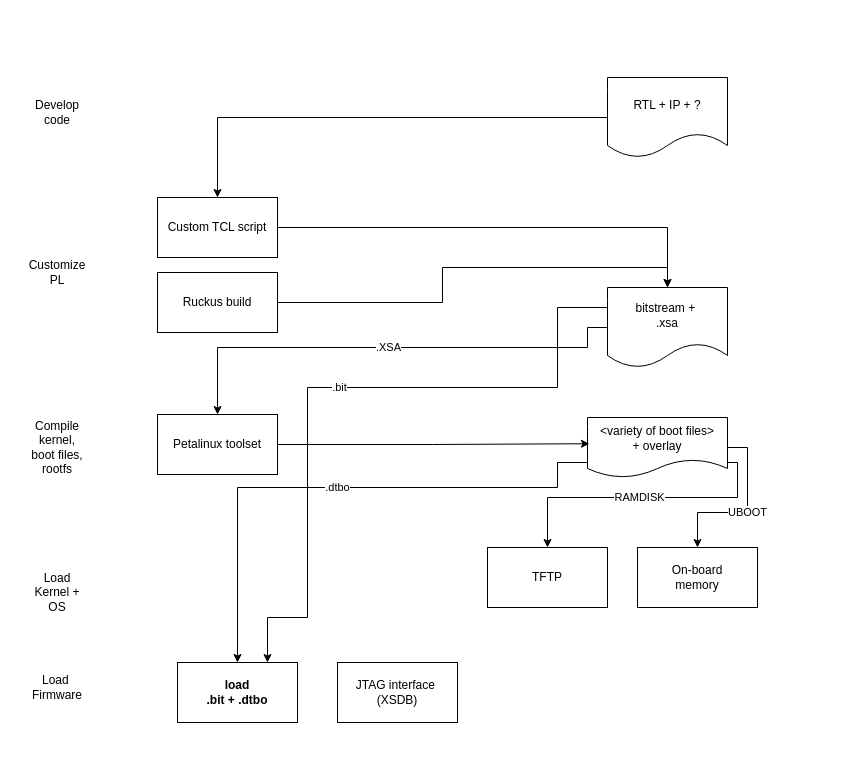
awhitbeck/drawio keeps this draw.io diagram as Kria_build_workflow.drawio. Above is the earlier version. Source tidied: cells renumbered, new cells numbered last; positions are measured from the earlier drawing's top-left corner, leaving out a move shared by most shapes. Both pictures are drawn from the tidied source at 100%, with x=0, y=0 at pixel (27, 77).
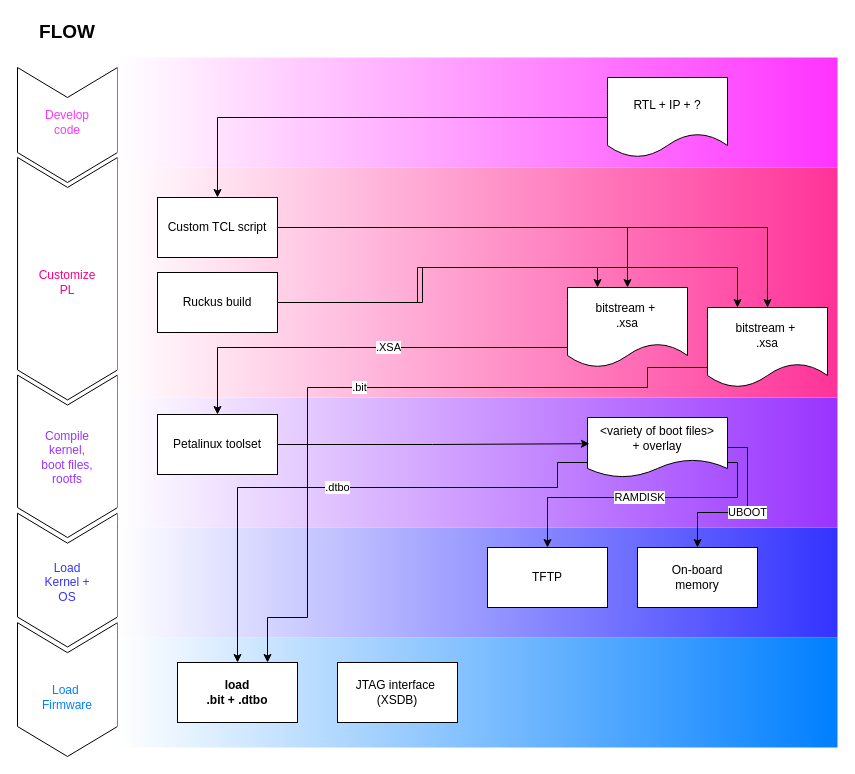
The same page after the edit.

The change refers to these unchanged cells:
```xml
<mxCell id="3" value="Ruckus build" style="rounded=0;whiteSpace=wrap;html=1;" parent="1" vertex="1">
  <mxGeometry x="130" y="195" width="120" height="60" as="geometry" />
</mxCell>
<mxCell id="5" value="Custom TCL script" style="rounded=0;whiteSpace=wrap;html=1;" parent="1" vertex="1">
  <mxGeometry x="130" y="120" width="120" height="60" as="geometry" />
</mxCell>
<mxCell id="9" value="load &lt;br&gt;.bit + .dtbo" style="rounded=0;whiteSpace=wrap;html=1;fontStyle=1;" parent="1" vertex="1">
  <mxGeometry x="150" y="585" width="120" height="60" as="geometry" />
</mxCell>
```

The edit, as a diff of the source:
```diff
@@
+    <mxCell id="26" style="html=1;shadow=0;dashed=0;align=center;verticalAlign=middle;shape=mxgraph.arrows2.arrow;dy=0;dx=30;notch=30;rotation=90;" parent="1" vertex="1">
+      <mxGeometry x="-26.9" y="562.1" width="133.8" height="100" as="geometry" />
+    </mxCell>
+    <mxCell id="27" style="html=1;shadow=0;dashed=0;align=center;verticalAlign=middle;shape=mxgraph.arrows2.arrow;dy=0;dx=30;notch=30;rotation=90;" parent="1" vertex="1">
+      <mxGeometry x="-26.9" y="452.6" width="133.8" height="100" as="geometry" />
+    </mxCell>
+    <mxCell id="28" style="html=1;shadow=0;dashed=0;align=center;verticalAlign=middle;shape=mxgraph.arrows2.arrow;dy=0;dx=30;notch=30;rotation=90;" parent="1" vertex="1">
+      <mxGeometry x="-41.2" y="328.8" width="162.5" height="100" as="geometry" />
+    </mxCell>
+    <mxCell id="29" style="html=1;shadow=0;dashed=0;align=center;verticalAlign=middle;shape=mxgraph.arrows2.arrow;dy=0;dx=30;notch=30;rotation=90;" parent="1" vertex="1">
+      <mxGeometry x="-81.2" y="151.2" width="242.5" height="100" as="geometry" />
+    </mxCell>
+    <mxCell id="30" style="html=1;shadow=0;dashed=0;align=center;verticalAlign=middle;shape=mxgraph.arrows2.arrow;dy=0;dx=30;notch=30;rotation=90;" parent="1" vertex="1">
+      <mxGeometry x="-17.5" y="-2.5" width="115" height="100" as="geometry" />
+    </mxCell>
+    <mxCell id="31" style="rounded=0;whiteSpace=wrap;html=1;gradientColor=#007FFF;gradientDirection=east;fillColor=#FFFFFF;strokeColor=none;" parent="1" vertex="1">
+      <mxGeometry x="90" y="560" width="720" height="110" as="geometry" />
+    </mxCell>
+    <mxCell id="32" style="rounded=0;whiteSpace=wrap;html=1;gradientColor=#3333FF;gradientDirection=east;fillColor=#FFFFFF;strokeColor=none;" parent="1" vertex="1">
+      <mxGeometry x="90" y="450" width="720" height="110" as="geometry" />
+    </mxCell>
+    <mxCell id="33" style="rounded=0;whiteSpace=wrap;html=1;gradientColor=#9933FF;gradientDirection=east;fillColor=#FFFFFF;strokeColor=none;" parent="1" vertex="1">
+      <mxGeometry x="90" y="320" width="720" height="130" as="geometry" />
+    </mxCell>
+    <mxCell id="34" style="rounded=0;whiteSpace=wrap;html=1;gradientColor=#FF3399;gradientDirection=east;fillColor=#FFFFFF;strokeColor=none;" parent="1" vertex="1">
+      <mxGeometry x="90" y="90" width="720" height="230" as="geometry" />
+    </mxCell>
+    <mxCell id="35" style="rounded=0;whiteSpace=wrap;html=1;gradientColor=#FF33FF;gradientDirection=east;fillColor=#FFFFFF;strokeColor=none;" parent="1" vertex="1">
+      <mxGeometry x="90" y="-20" width="720" height="110" as="geometry" />
+    </mxCell>
-    <mxCell id="2" style="edgeStyle=orthogonalEdgeStyle;rounded=0;jettySize=auto;html=1;exitX=1;exitY=0.5;exitDx=0;exitDy=0;entryX=0.5;entryY=0;entryDx=0;entryDy=0;" parent="1" edge="1" source="3" target="8">
+    <mxCell id="2" style="edgeStyle=orthogonalEdgeStyle;rounded=0;jettySize=auto;html=1;exitX=1;exitY=0.5;exitDx=0;exitDy=0;entryX=0.25;entryY=0;entryDx=0;entryDy=0;" parent="1" edge="1" source="3" target="8">
       <mxGeometry relative="1" as="geometry" />
     </mxCell>
@@
-    <mxCell id="7" value=".bit" style="edgeStyle=orthogonalEdgeStyle;rounded=0;jettySize=auto;html=1;exitX=0;exitY=0.25;exitDx=0;exitDy=0;entryX=0.75;entryY=0;entryDx=0;entryDy=0;" parent="1" edge="1" source="8" target="9">
+    <mxCell id="7" value=".bit" style="edgeStyle=orthogonalEdgeStyle;rounded=0;jettySize=auto;html=1;entryX=0.75;entryY=0;entryDx=0;entryDy=0;exitX=0;exitY=0.75;exitDx=0;exitDy=0;" parent="1" edge="1" source="36" target="9">
       <mxGeometry relative="1" as="geometry">
         <Array as="points">
-          <mxPoint x="530" y="230" />
-          <mxPoint x="530" y="310" />
+          <mxPoint x="620" y="290" />
+          <mxPoint x="620" y="310" />
           <mxPoint x="280" y="310" />
           <mxPoint x="280" y="540" />
           <mxPoint x="240" y="540" />
         </Array>
       </mxGeometry>
     </mxCell>
     <mxCell id="8" value="bitstream +&amp;nbsp;&lt;br&gt;.xsa" style="shape=document;whiteSpace=wrap;html=1;boundedLbl=1;" parent="1" vertex="1">
-      <mxGeometry x="580" y="210" width="120" height="80" as="geometry" />
+      <mxGeometry x="540" y="210" width="120" height="80" as="geometry" />
     </mxCell>
@@
-    <mxCell id="12" value="Customize PL" style="text;html=1;align=center;verticalAlign=middle;whiteSpace=wrap;rounded=0;" parent="1" vertex="1">
-      <mxGeometry y="180" width="60" height="30" as="geometry" />
+    <mxCell id="12" value="Customize PL" style="text;html=1;align=center;verticalAlign=middle;whiteSpace=wrap;rounded=0;fontColor=#FF0080;" parent="1" vertex="1">
+      <mxGeometry x="10" y="190" width="60" height="30" as="geometry" />
     </mxCell>
-    <mxCell id="13" value="Load Kernel + OS" style="text;html=1;align=center;verticalAlign=middle;whiteSpace=wrap;rounded=0;" parent="1" vertex="1">
-      <mxGeometry y="490" width="60" height="50" as="geometry" />
+    <mxCell id="13" value="Load Kernel + OS" style="text;html=1;align=center;verticalAlign=middle;whiteSpace=wrap;rounded=0;fontColor=#3333FF;" parent="1" vertex="1">
+      <mxGeometry x="10" y="480" width="60" height="50" as="geometry" />
     </mxCell>
-    <mxCell id="14" value="Compile&lt;br&gt;kernel, boot files, rootfs" style="text;html=1;align=center;verticalAlign=middle;whiteSpace=wrap;rounded=0;" parent="1" vertex="1">
-      <mxGeometry y="340" width="60" height="60" as="geometry" />
+    <mxCell id="14" value="Compile&lt;br&gt;kernel, boot files, rootfs" style="text;html=1;align=center;verticalAlign=middle;whiteSpace=wrap;rounded=0;fontColor=#9933FF;" parent="1" vertex="1">
+      <mxGeometry x="10" y="350" width="60" height="60" as="geometry" />
     </mxCell>
-    <mxCell id="15" value="Load&amp;nbsp;&lt;br&gt;Firmware" style="text;html=1;align=center;verticalAlign=middle;whiteSpace=wrap;rounded=0;" parent="1" vertex="1">
-      <mxGeometry y="585" width="60" height="50" as="geometry" />
+    <mxCell id="15" value="Load&amp;nbsp;&lt;br&gt;Firmware" style="text;html=1;align=center;verticalAlign=middle;whiteSpace=wrap;rounded=0;fontColor=#007FFF;" parent="1" vertex="1">
+      <mxGeometry x="10" y="595" width="60" height="50" as="geometry" />
     </mxCell>
@@
-    <mxCell id="25" value="Develop code" style="text;html=1;align=center;verticalAlign=middle;whiteSpace=wrap;rounded=0;" parent="1" vertex="1">
-      <mxGeometry y="20" width="60" height="30" as="geometry" />
+    <mxCell id="25" value="Develop code" style="text;html=1;align=center;verticalAlign=middle;whiteSpace=wrap;rounded=0;fontColor=#FF33FF;" parent="1" vertex="1">
+      <mxGeometry x="10" y="30" width="60" height="30" as="geometry" />
     </mxCell>
+    <mxCell id="36" value="bitstream +&amp;nbsp;&lt;br&gt;.xsa" style="shape=document;whiteSpace=wrap;html=1;boundedLbl=1;" parent="1" vertex="1">
+      <mxGeometry x="680" y="230" width="120" height="80" as="geometry" />
+    </mxCell>
+    <mxCell id="37" style="edgeStyle=orthogonalEdgeStyle;rounded=0;jettySize=auto;html=1;exitX=1;exitY=0.5;exitDx=0;exitDy=0;" parent="1" edge="1" source="5" target="36">
+      <mxGeometry relative="1" as="geometry" />
+    </mxCell>
+    <mxCell id="38" style="edgeStyle=orthogonalEdgeStyle;rounded=0;jettySize=auto;html=1;exitX=1;exitY=0.5;exitDx=0;exitDy=0;entryX=0.25;entryY=0;entryDx=0;entryDy=0;" parent="1" edge="1" source="3" target="36">
+      <mxGeometry relative="1" as="geometry">
+        <Array as="points">
+          <mxPoint x="390" y="225" />
+          <mxPoint x="390" y="190" />
+          <mxPoint x="710" y="190" />
+        </Array>
+      </mxGeometry>
+    </mxCell>
+    <mxCell id="39" value="&lt;b&gt;&lt;font style=&quot;font-size: 19px;&quot;&gt;FLOW&lt;/font&gt;&lt;/b&gt;" style="text;html=1;align=center;verticalAlign=middle;whiteSpace=wrap;rounded=0;" parent="1" vertex="1">
+      <mxGeometry x="10" y="-60" width="60" height="30" as="geometry" />
+    </mxCell>
```
